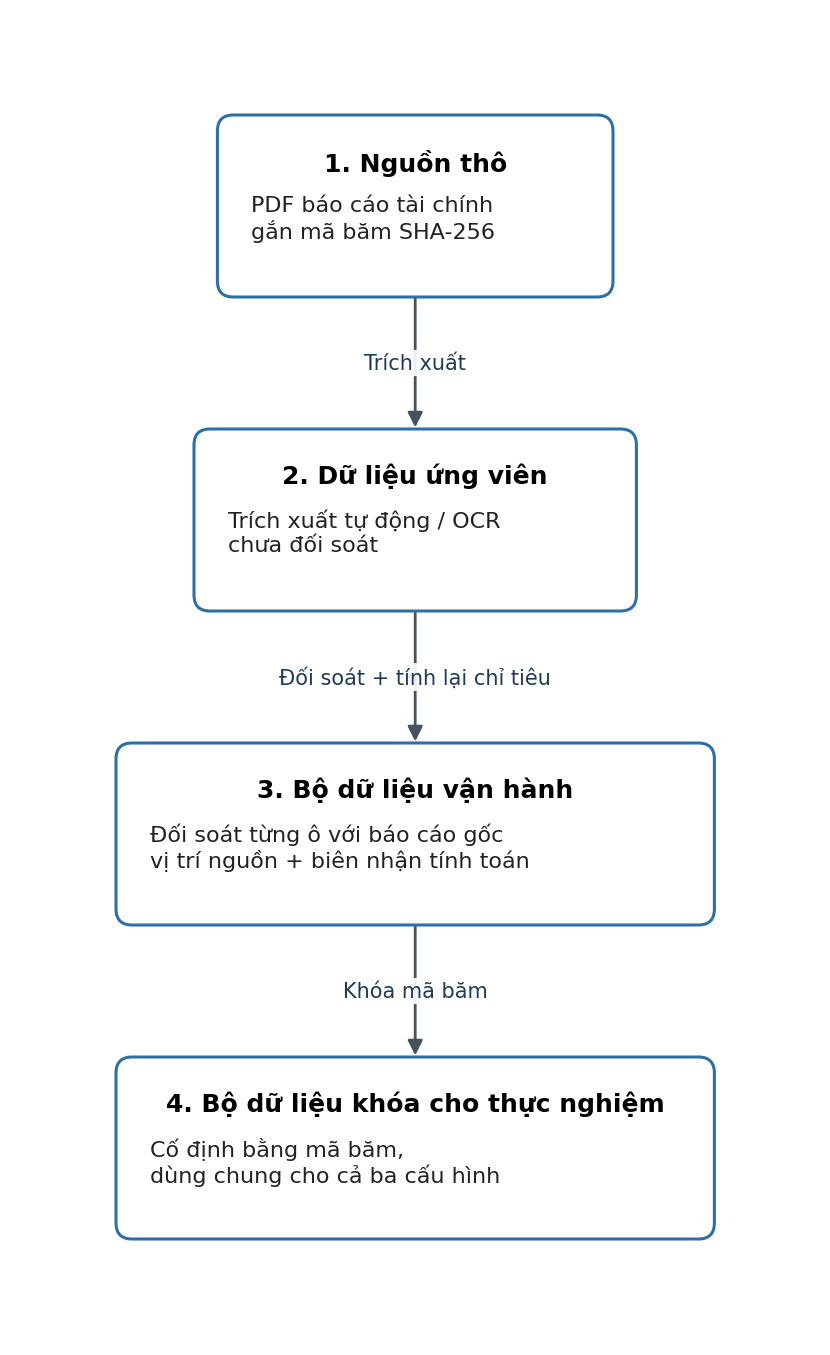
Above: docs/thesis-v2/figures/hinh-3-2-pipeline-du-lieu.png in thaicuong576/final-thesis (Mermaid), before the change. Its source is kept beside it as docs/thesis-v2/figures/hinh-3-2-pipeline-du-lieu.mmd.
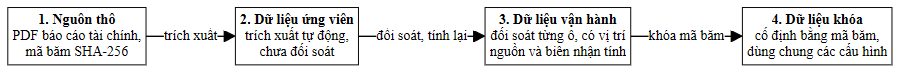
Later version of the same file.

Change to the diagram source:
```diff
@@ -1,8 +1,8 @@
 flowchart LR
-    Raw["<b>1. Nguồn thô</b><br/>PDF báo cáo tài chính<br/>gắn mã băm SHA-256"]
-    Candidate["<b>2. Dữ liệu ứng viên</b><br/>Trích xuất tự động / OCR<br/>chưa đối soát"]
-    Operational["<b>3. Bộ dữ liệu vận hành</b><br/>Đối soát từng ô với báo cáo gốc<br/>vị trí nguồn + biên nhận tính toán"]
-    Locked["<b>4. Bộ dữ liệu khóa cho thực nghiệm</b><br/>Cố định bằng mã băm,<br/>dùng chung cho cả ba cấu hình"]
-    Raw -->|"Trích xuất"| Candidate
-    Candidate -->|"Đối soát + tính lại chỉ tiêu"| Operational
-    Operational -->|"Khóa mã băm"| Locked
+    Raw["<b>1. Nguồn thô</b><br/>PDF báo cáo tài chính,<br/>mã băm SHA-256"]
+    Candidate["<b>2. Dữ liệu ứng viên</b><br/>trích xuất tự động,<br/>chưa đối soát"]
+    Operational["<b>3. Dữ liệu vận hành</b><br/>đối soát từng ô, có vị trí<br/>nguồn và biên nhận tính"]
+    Locked["<b>4. Dữ liệu khóa</b><br/>cố định bằng mã băm,<br/>dùng chung các cấu hình"]
+    Raw -->|"trích xuất"| Candidate
+    Candidate -->|"đối soát, tính lại"| Operational
+    Operational -->|"khóa mã băm"| Locked
```
